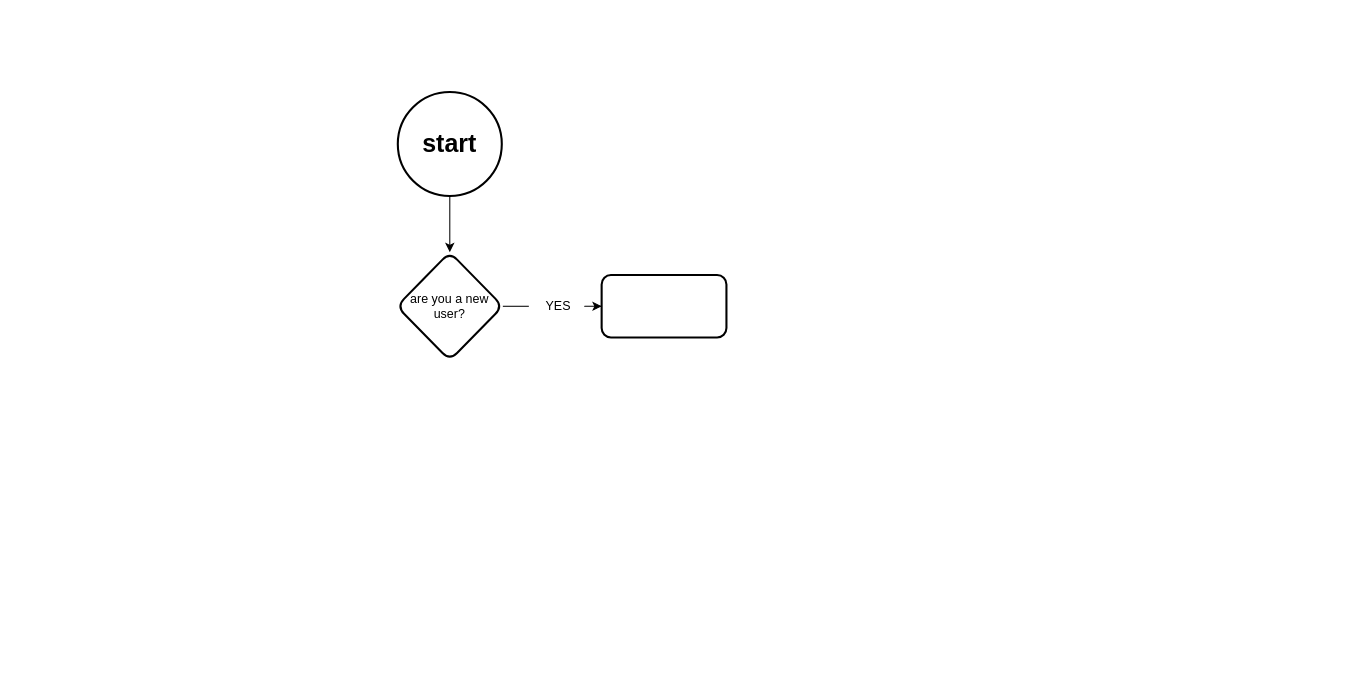
Before: page "第 3 页" (3 of 3) of system architecture.drawio in JetfiremaxYao/CW, a draw.io diagram. Source tidied: cells renumbered, new cells numbered last; positions are measured from the earlier drawing's top-left corner, leaving out a move shared by most shapes. Both pictures are drawn from the tidied source at 104%, with x=0, y=0 at pixel (396, 92).
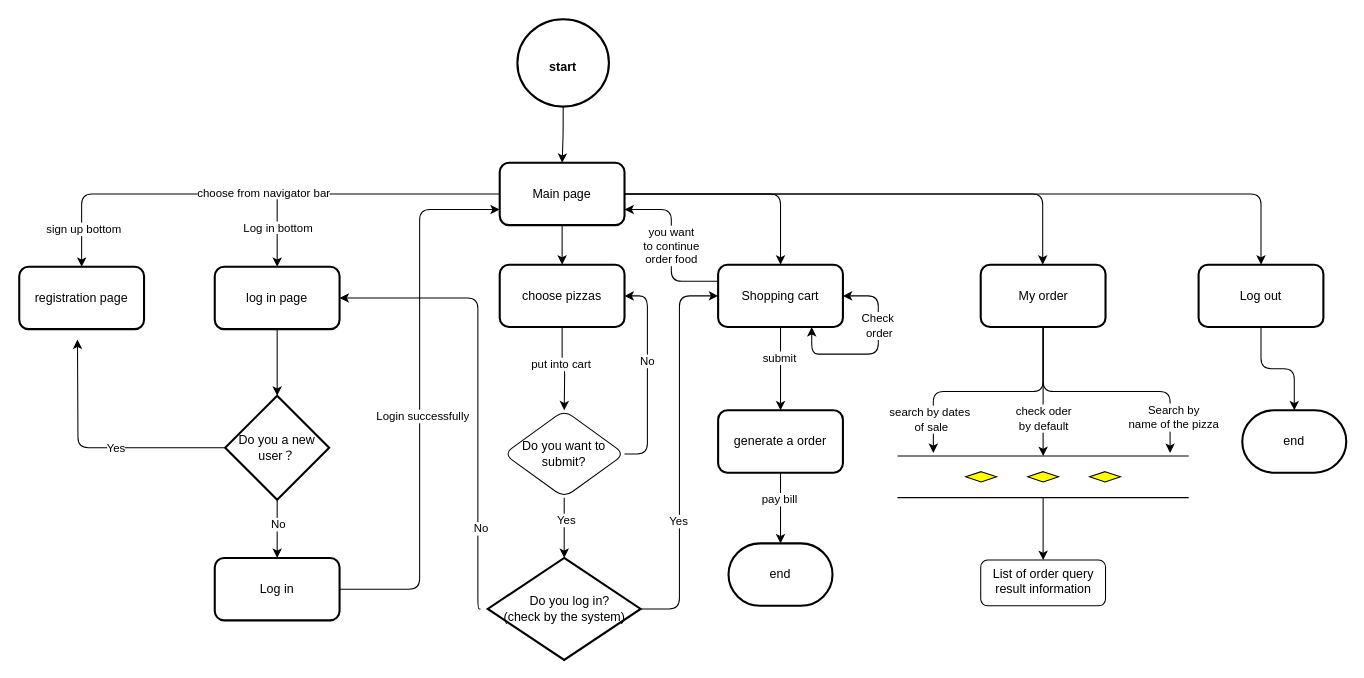
The same diagram, later.

Diff of the diagram source:
```diff
@@
-    <mxCell id="2" style="edgeStyle=orthogonalEdgeStyle;rounded=1;jettySize=auto;html=1;" parent="1" edge="1" source="3" target="5">
-      <mxGeometry relative="1" as="geometry" />
+    <mxCell id="2" style="edgeStyle=orthogonalEdgeStyle;rounded=1;jettySize=auto;html=1;labelBackgroundColor=none;fontColor=default;" parent="1" edge="1" source="3">
+      <mxGeometry relative="1" as="geometry">
+        <mxPoint x="159" y="68" as="targetPoint" />
+      </mxGeometry>
     </mxCell>
-    <mxCell id="3" value="&lt;h1&gt;start&lt;/h1&gt;" style="strokeWidth=2;html=1;shape=mxgraph.flowchart.start_2;whiteSpace=wrap;rounded=1;" parent="1" vertex="1">
-      <mxGeometry x="1" width="100" height="100" as="geometry" />
+    <mxCell id="3" value="&lt;h1&gt;&lt;font style=&quot;font-size: 12px;&quot;&gt;start&lt;/font&gt;&lt;/h1&gt;" style="strokeWidth=2;html=1;shape=mxgraph.flowchart.start_2;whiteSpace=wrap;rounded=1;labelBackgroundColor=none;align=center;" parent="1" vertex="1">
+      <mxGeometry x="116" y="-70" width="88" height="84" as="geometry" />
     </mxCell>
-    <mxCell id="4" style="edgeStyle=orthogonalEdgeStyle;rounded=1;jettySize=auto;html=1;" parent="1" edge="1" source="7" target="6">
-      <mxGeometry relative="1" as="geometry" />
-    </mxCell>
-    <mxCell id="5" value="are you a new user?" style="rhombus;whiteSpace=wrap;html=1;strokeWidth=2;rounded=1;" parent="1" vertex="1">
-      <mxGeometry y="154" width="102" height="104" as="geometry" />
-    </mxCell>
+    <mxCell id="9" style="edgeStyle=orthogonalEdgeStyle;rounded=1;jettySize=auto;html=1;" parent="1" edge="1" source="6">
+      <mxGeometry relative="1" as="geometry">
+        <mxPoint x="159" y="166" as="targetPoint" />
+      </mxGeometry>
+    </mxCell>
+    <mxCell id="10" style="edgeStyle=orthogonalEdgeStyle;rounded=1;jettySize=auto;html=1;" parent="1" edge="1" source="6" target="24">
+      <mxGeometry relative="1" as="geometry">
+        <Array as="points">
+          <mxPoint x="-303" y="98" />
+        </Array>
+      </mxGeometry>
+    </mxCell>
+    <mxCell id="11" value="choose from navigator bar" style="edgeLabel;html=1;align=center;verticalAlign=middle;rounded=1;" parent="10" vertex="1">
+      <mxGeometry x="0.03" y="-2" relative="1" as="geometry">
+        <mxPoint x="15" as="offset" />
+      </mxGeometry>
+    </mxCell>
+    <mxCell id="12" value="sign up bottom" style="edgeLabel;html=1;align=center;verticalAlign=middle;rounded=1;" parent="10" vertex="1">
+      <mxGeometry x="0.75" y="1" relative="1" as="geometry">
+        <mxPoint y="22" as="offset" />
+      </mxGeometry>
+    </mxCell>
+    <mxCell id="13" style="edgeStyle=orthogonalEdgeStyle;rounded=1;jettySize=auto;html=1;" parent="1" edge="1" source="6" target="41">
+      <mxGeometry relative="1" as="geometry" />
+    </mxCell>
+    <mxCell id="14" style="edgeStyle=orthogonalEdgeStyle;rounded=1;orthogonalLoop=1;jettySize=auto;html=1;" parent="1" edge="1">
+      <mxGeometry relative="1" as="geometry">
+        <mxPoint x="163" y="98" as="sourcePoint" />
+        <mxPoint x="621.1" y="166" as="targetPoint" />
+        <Array as="points">
+          <mxPoint x="621" y="98" />
+        </Array>
+      </mxGeometry>
+    </mxCell>
+    <mxCell id="15" style="edgeStyle=orthogonalEdgeStyle;rounded=1;jettySize=auto;html=1;entryX=0.5;entryY=0;entryDx=0;entryDy=0;" parent="1" edge="1" source="6" target="64">
+      <mxGeometry relative="1" as="geometry" />
+    </mxCell>
-    <mxCell id="6" style="whiteSpace=wrap;html=1;strokeWidth=2;rounded=1;" parent="1" vertex="1">
-      <mxGeometry x="197" y="176" width="120" height="60" as="geometry" />
+    <mxCell id="6" value="Main page" style="whiteSpace=wrap;html=1;strokeWidth=2;rounded=1;labelBackgroundColor=none;" parent="1" vertex="1">
+      <mxGeometry x="99" y="68" width="120" height="60" as="geometry" />
     </mxCell>
-    <mxCell id="7" value="YES" style="text;html=1;align=center;verticalAlign=middle;points=[];strokeColor=none;fillColor=none;rounded=1;" parent="1" vertex="1">
-      <mxGeometry x="127" y="192" width="56" height="28" as="geometry" />
-    </mxCell>
-    <mxCell id="8" style="endArrow=none;html=1;rounded=1;exitX=1;exitY=0.5;exitDx=0;exitDy=0;entryX=0;entryY=0.5;entryDx=0;entryDy=0;entryPerimeter=0;" parent="1" edge="1" source="5" target="7">
-      <mxGeometry relative="1" as="geometry" />
-    </mxCell>
+    <mxCell id="16" style="edgeStyle=orthogonalEdgeStyle;rounded=1;jettySize=auto;html=1;" parent="1" edge="1" source="18">
+      <mxGeometry relative="1" as="geometry">
+        <mxPoint x="161" y="306" as="targetPoint" />
+      </mxGeometry>
+    </mxCell>
+    <mxCell id="17" value="put into cart" style="edgeLabel;html=1;align=center;verticalAlign=middle;rounded=1;" parent="16" vertex="1">
+      <mxGeometry x="-0.16" y="-2" relative="1" as="geometry" />
+    </mxCell>
+    <mxCell id="18" value="choose pizzas" style="whiteSpace=wrap;html=1;strokeWidth=2;rounded=1;labelBackgroundColor=none;" parent="1" vertex="1">
+      <mxGeometry x="99" y="166" width="120" height="60" as="geometry" />
+    </mxCell>
+    <mxCell id="19" style="edgeStyle=orthogonalEdgeStyle;rounded=1;jettySize=auto;html=1;entryX=1;entryY=0.5;entryDx=0;entryDy=0;" parent="1" edge="1" source="23" target="18">
+      <mxGeometry relative="1" as="geometry">
+        <Array as="points">
+          <mxPoint x="241" y="348" />
+          <mxPoint x="241" y="196" />
+        </Array>
+      </mxGeometry>
+    </mxCell>
+    <mxCell id="20" value="No" style="edgeLabel;html=1;align=center;verticalAlign=middle;rounded=1;" parent="19" vertex="1">
+      <mxGeometry x="-0.19" y="1" relative="1" as="geometry">
+        <mxPoint y="-33" as="offset" />
+      </mxGeometry>
+    </mxCell>
+    <mxCell id="21" style="edgeStyle=orthogonalEdgeStyle;rounded=1;jettySize=auto;html=1;" parent="1" edge="1" source="23">
+      <mxGeometry relative="1" as="geometry">
+        <mxPoint x="161" y="448" as="targetPoint" />
+      </mxGeometry>
+    </mxCell>
+    <mxCell id="22" value="Yes" style="edgeLabel;html=1;align=center;verticalAlign=middle;rounded=1;" parent="21" vertex="1">
+      <mxGeometry x="-0.28" y="1" relative="1" as="geometry" />
+    </mxCell>
+    <mxCell id="23" value="Do you want to submit?" style="rhombus;whiteSpace=wrap;html=1;rounded=1;" parent="1" vertex="1">
+      <mxGeometry x="103" y="306" width="116" height="84" as="geometry" />
+    </mxCell>
+    <mxCell id="24" value="registration page" style="whiteSpace=wrap;html=1;strokeWidth=2;rounded=1;labelBackgroundColor=none;" parent="1" vertex="1">
+      <mxGeometry x="-363" y="168" width="120" height="60" as="geometry" />
+    </mxCell>
+    <mxCell id="25" style="edgeStyle=orthogonalEdgeStyle;rounded=1;jettySize=auto;html=1;" parent="1" edge="1" source="26" target="31">
+      <mxGeometry relative="1" as="geometry" />
+    </mxCell>
+    <mxCell id="26" value="log in page" style="whiteSpace=wrap;html=1;strokeWidth=2;rounded=1;labelBackgroundColor=none;" parent="1" vertex="1">
+      <mxGeometry x="-175" y="168" width="120" height="60" as="geometry" />
+    </mxCell>
+    <mxCell id="27" style="edgeStyle=orthogonalEdgeStyle;rounded=1;jettySize=auto;html=1;" parent="1" edge="1" source="31">
+      <mxGeometry relative="1" as="geometry">
+        <mxPoint x="-307" y="238" as="targetPoint" />
+      </mxGeometry>
+    </mxCell>
+    <mxCell id="28" value="Yes" style="edgeLabel;html=1;align=center;verticalAlign=middle;rounded=1;" parent="27" vertex="1">
+      <mxGeometry x="-0.14" relative="1" as="geometry" />
+    </mxCell>
+    <mxCell id="29" style="edgeStyle=orthogonalEdgeStyle;rounded=1;jettySize=auto;html=1;" parent="1" edge="1" source="31" target="34">
+      <mxGeometry relative="1" as="geometry" />
+    </mxCell>
+    <mxCell id="30" value="No" style="edgeLabel;html=1;align=center;verticalAlign=middle;rounded=1;" parent="29" vertex="1">
+      <mxGeometry x="-0.19" relative="1" as="geometry" />
+    </mxCell>
+    <mxCell id="31" value="Do you a new user？" style="strokeWidth=2;html=1;shape=mxgraph.flowchart.decision;whiteSpace=wrap;rounded=1;" parent="1" vertex="1">
+      <mxGeometry x="-165" y="292" width="100" height="100" as="geometry" />
+    </mxCell>
+    <mxCell id="32" style="edgeStyle=orthogonalEdgeStyle;rounded=1;jettySize=auto;html=1;entryX=0;entryY=0.75;entryDx=0;entryDy=0;" parent="1" edge="1" source="34" target="6">
+      <mxGeometry relative="1" as="geometry" />
+    </mxCell>
+    <mxCell id="33" value="Login successfully" style="edgeLabel;html=1;align=center;verticalAlign=middle;rounded=1;" parent="32" vertex="1">
+      <mxGeometry x="-0.06" y="-2" relative="1" as="geometry" />
+    </mxCell>
+    <mxCell id="34" value="Log in" style="whiteSpace=wrap;html=1;strokeWidth=2;rounded=1;" parent="1" vertex="1">
+      <mxGeometry x="-175" y="448" width="120" height="60" as="geometry" />
+    </mxCell>
+    <mxCell id="35" style="endArrow=classic;html=1;rounded=1;entryX=0.5;entryY=0;entryDx=0;entryDy=0;" parent="1" edge="1" target="26">
+      <mxGeometry relative="1" as="geometry">
+        <mxPoint x="-115" y="103" as="sourcePoint" />
+      </mxGeometry>
+    </mxCell>
+    <mxCell id="36" value="&lt;span style=&quot;color: rgb(0, 0, 0); font-family: Helvetica; font-size: 11px; font-style: normal; font-variant-ligatures: normal; font-variant-caps: normal; font-weight: 400; letter-spacing: normal; orphans: 2; text-align: center; text-indent: 0px; text-transform: none; widows: 2; word-spacing: 0px; -webkit-text-stroke-width: 0px; background-color: rgb(255, 255, 255); text-decoration-thickness: initial; text-decoration-style: initial; text-decoration-color: initial; float: none; display: inline !important;&quot;&gt;Log in bottom&lt;/span&gt;" style="text;whiteSpace=wrap;html=1;rounded=1;" parent="1" vertex="1">
+      <mxGeometry x="-149" y="117" width="84" height="28" as="geometry" />
+    </mxCell>
+    <mxCell id="37" style="edgeStyle=orthogonalEdgeStyle;rounded=1;jettySize=auto;html=1;" parent="1" edge="1" source="41" target="58">
+      <mxGeometry relative="1" as="geometry" />
+    </mxCell>
+    <mxCell id="38" value="submit" style="edgeLabel;html=1;align=center;verticalAlign=middle;rounded=1;" parent="37" vertex="1">
+      <mxGeometry x="-0.28" y="-2" relative="1" as="geometry" />
+    </mxCell>
+    <mxCell id="39" style="edgeStyle=orthogonalEdgeStyle;rounded=1;jettySize=auto;html=1;entryX=1;entryY=0.75;entryDx=0;entryDy=0;" parent="1" edge="1" source="41" target="6">
+      <mxGeometry relative="1" as="geometry">
+        <Array as="points">
+          <mxPoint x="264" y="182" />
+          <mxPoint x="264" y="113" />
+        </Array>
+      </mxGeometry>
+    </mxCell>
+    <mxCell id="40" value="you want&lt;br&gt;to continue&lt;br&gt;order food" style="edgeLabel;html=1;align=center;verticalAlign=middle;" parent="39" vertex="1">
+      <mxGeometry x="0.2" y="1" relative="1" as="geometry">
+        <mxPoint y="15" as="offset" />
+      </mxGeometry>
+    </mxCell>
+    <mxCell id="41" value="Shopping cart" style="whiteSpace=wrap;html=1;strokeWidth=2;rounded=1;labelBackgroundColor=none;" parent="1" vertex="1">
+      <mxGeometry x="309" y="166" width="120" height="60" as="geometry" />
+    </mxCell>
+    <mxCell id="42" style="edgeStyle=orthogonalEdgeStyle;rounded=1;jettySize=auto;html=1;" parent="1" edge="1" source="48" target="61">
+      <mxGeometry relative="1" as="geometry" />
+    </mxCell>
+    <mxCell id="43" value="check oder &lt;br&gt;by default" style="edgeLabel;html=1;align=center;verticalAlign=middle;rounded=1;" parent="42" vertex="1">
+      <mxGeometry x="0.24" relative="1" as="geometry">
+        <mxPoint y="10" as="offset" />
+      </mxGeometry>
+    </mxCell>
+    <mxCell id="44" style="edgeStyle=orthogonalEdgeStyle;rounded=1;jettySize=auto;html=1;entryX=0.123;entryY=-0.076;entryDx=0;entryDy=0;entryPerimeter=0;" parent="1" edge="1" source="48" target="61">
+      <mxGeometry relative="1" as="geometry" />
+    </mxCell>
+    <mxCell id="45" value="search by dates&amp;nbsp;&lt;br&gt;of sale" style="edgeLabel;html=1;align=center;verticalAlign=middle;rounded=1;" parent="44" vertex="1">
+      <mxGeometry x="0.65" y="-2" relative="1" as="geometry">
+        <mxPoint y="7" as="offset" />
+      </mxGeometry>
+    </mxCell>
+    <mxCell id="46" style="edgeStyle=orthogonalEdgeStyle;rounded=1;jettySize=auto;html=1;entryX=0.936;entryY=-0.076;entryDx=0;entryDy=0;entryPerimeter=0;" parent="1" edge="1" source="48" target="61">
+      <mxGeometry relative="1" as="geometry" />
+    </mxCell>
+    <mxCell id="47" value="Search by &lt;br&gt;name of the pizza" style="edgeLabel;html=1;align=center;verticalAlign=middle;rounded=1;" parent="46" vertex="1">
+      <mxGeometry x="0.72" y="-1" relative="1" as="geometry">
+        <mxPoint x="4" as="offset" />
+      </mxGeometry>
+    </mxCell>
+    <mxCell id="48" value="My order" style="whiteSpace=wrap;html=1;strokeWidth=2;rounded=1;labelBackgroundColor=none;" parent="1" vertex="1">
+      <mxGeometry x="561.5" y="166" width="120" height="60" as="geometry" />
+    </mxCell>
+    <mxCell id="49" style="edgeStyle=orthogonalEdgeStyle;rounded=1;jettySize=auto;html=1;entryX=0;entryY=0.5;entryDx=0;entryDy=0;" parent="1" edge="1" source="53" target="41">
+      <mxGeometry relative="1" as="geometry" />
+    </mxCell>
+    <mxCell id="50" value="Yes" style="edgeLabel;html=1;align=center;verticalAlign=middle;rounded=1;" parent="49" vertex="1">
+      <mxGeometry x="0.1" y="-2" relative="1" as="geometry">
+        <mxPoint x="-3" y="85" as="offset" />
+      </mxGeometry>
+    </mxCell>
+    <mxCell id="51" style="edgeStyle=orthogonalEdgeStyle;rounded=1;orthogonalLoop=1;jettySize=auto;html=1;" parent="1" edge="1">
+      <mxGeometry relative="1" as="geometry">
+        <mxPoint x="80.5" y="497" as="sourcePoint" />
+        <mxPoint x="-55" y="198" as="targetPoint" />
+        <Array as="points">
+          <mxPoint x="78" y="497" />
+          <mxPoint x="78" y="198" />
+        </Array>
+      </mxGeometry>
+    </mxCell>
+    <mxCell id="52" value="No" style="edgeLabel;html=1;align=center;verticalAlign=middle;rounded=1;" parent="51" vertex="1">
+      <mxGeometry x="-0.11" y="-2" relative="1" as="geometry">
+        <mxPoint y="113" as="offset" />
+      </mxGeometry>
+    </mxCell>
+    <mxCell id="53" value="&amp;nbsp; &amp;nbsp;Do you log in?&lt;br&gt;(check by the system)" style="strokeWidth=2;html=1;shape=mxgraph.flowchart.decision;whiteSpace=wrap;rounded=1;" parent="1" vertex="1">
+      <mxGeometry x="87.5" y="448" width="147" height="98" as="geometry" />
+    </mxCell>
+    <mxCell id="54" style="endArrow=classic;startArrow=classic;html=1;rounded=1;entryX=0.75;entryY=1;entryDx=0;entryDy=0;exitX=1;exitY=0.5;exitDx=0;exitDy=0;" parent="1" edge="1" target="41">
+      <mxGeometry relative="1" as="geometry">
+        <mxPoint x="429" y="196" as="sourcePoint" />
+        <Array as="points">
+          <mxPoint x="463" y="196" />
+          <mxPoint x="463" y="252" />
+          <mxPoint x="421" y="252" />
+          <mxPoint x="399" y="252" />
+        </Array>
+      </mxGeometry>
+    </mxCell>
+    <mxCell id="55" value="Check&amp;nbsp;&lt;br&gt;order" style="edgeLabel;html=1;align=center;verticalAlign=middle;rounded=1;" parent="54" vertex="1">
+      <mxGeometry x="-0.31" y="1" relative="1" as="geometry">
+        <mxPoint x="-1" as="offset" />
+      </mxGeometry>
+    </mxCell>
+    <mxCell id="56" style="edgeStyle=orthogonalEdgeStyle;rounded=1;jettySize=auto;html=1;" parent="1" edge="1" source="58" target="59">
+      <mxGeometry relative="1" as="geometry" />
+    </mxCell>
+    <mxCell id="57" value="pay bill" style="edgeLabel;html=1;align=center;verticalAlign=middle;rounded=1;" parent="56" vertex="1">
+      <mxGeometry x="-0.27" y="-2" relative="1" as="geometry" />
+    </mxCell>
+    <mxCell id="58" value="generate a order" style="whiteSpace=wrap;html=1;strokeWidth=2;rounded=1;labelBackgroundColor=none;" parent="1" vertex="1">
+      <mxGeometry x="309" y="306" width="120" height="60" as="geometry" />
+    </mxCell>
+    <mxCell id="59" value="end" style="strokeWidth=2;html=1;shape=mxgraph.flowchart.terminator;whiteSpace=wrap;rounded=1;" parent="1" vertex="1">
+      <mxGeometry x="319" y="434" width="100" height="60" as="geometry" />
+    </mxCell>
+    <mxCell id="60" style="edgeStyle=orthogonalEdgeStyle;rounded=1;jettySize=auto;html=1;" parent="1" edge="1" source="61" target="62">
+      <mxGeometry relative="1" as="geometry" />
+    </mxCell>
+    <mxCell id="61" style="verticalLabelPosition=bottom;verticalAlign=top;html=1;shape=mxgraph.flowchart.parallel_mode;rounded=1;" parent="1" vertex="1">
+      <mxGeometry x="481.5" y="350" width="280" height="40" as="geometry" />
+    </mxCell>
+    <mxCell id="62" value="List of order query result information" style="whiteSpace=wrap;html=1;verticalAlign=top;rounded=1;" parent="1" vertex="1">
+      <mxGeometry x="561.5" y="450" width="120" height="44" as="geometry" />
+    </mxCell>
+    <mxCell id="63" style="edgeStyle=orthogonalEdgeStyle;rounded=1;jettySize=auto;html=1;entryX=0.5;entryY=0;entryDx=0;entryDy=0;entryPerimeter=0;" parent="1" edge="1" source="64" target="65">
+      <mxGeometry relative="1" as="geometry" />
+    </mxCell>
+    <mxCell id="64" value="Log out" style="whiteSpace=wrap;html=1;strokeWidth=2;rounded=1;labelBackgroundColor=none;" parent="1" vertex="1">
+      <mxGeometry x="771" y="166" width="120" height="60" as="geometry" />
+    </mxCell>
+    <mxCell id="65" value="end" style="strokeWidth=2;html=1;shape=mxgraph.flowchart.terminator;whiteSpace=wrap;rounded=1;" parent="1" vertex="1">
+      <mxGeometry x="813" y="306" width="100" height="60" as="geometry" />
+    </mxCell>
```
